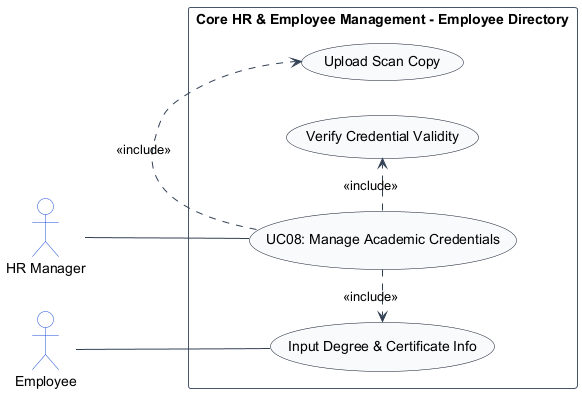
TamBui1706/HRPlatform keeps this PlantUML diagram as usecase_images/UC08.png. Above is the earlier version. The source it was exported from:
```plantuml
@startuml
left to right direction
skinparam shadowing false
skinparam packageStyle rectangle
skinparam actorStyle stickman

skinparam ArrowColor #334155
skinparam ActorBorderColor #1d4ed8
skinparam ActorBackgroundColor #ffffff
skinparam UsecaseBorderColor #0f172a
skinparam UsecaseBackgroundColor #f8fafc
skinparam RectangleBorderColor #475569
skinparam RectangleBackgroundColor #ffffff

actor "HR Manager" as HRManager
actor "Employee" as Employee

rectangle "Core HR & Employee Management - Employee Directory" {
    usecase "UC08: Manage Academic Credentials" as UC_Main
    usecase "Input Degree & Certificate Info" as UC_InputCred
    usecase "Upload Scan Copy" as UC_UploadFile
    usecase "Verify Credential Validity" as UC_VerifyCred

    Employee -- UC_InputCred
    HRManager -- UC_Main
    UC_Main .> UC_InputCred : <<include>>
    UC_Main .> UC_UploadFile : <<include>>
    UC_Main .> UC_VerifyCred : <<include>>
}
@enduml
```
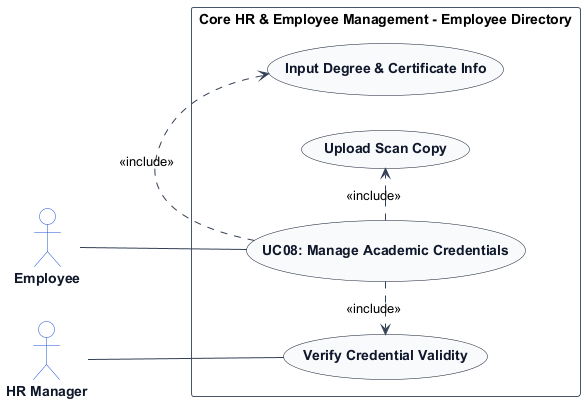
The same file after the commit.

Diff of the diagram source:
```diff
@@ -7,13 +7,19 @@
 skinparam ArrowColor #334155
 skinparam ActorBorderColor #1d4ed8
 skinparam ActorBackgroundColor #ffffff
+skinparam ActorFontColor #0f172a
+skinparam ActorFontStyle bold
+
 skinparam UsecaseBorderColor #0f172a
 skinparam UsecaseBackgroundColor #f8fafc
+skinparam UsecaseFontColor #0f172a
+skinparam UsecaseFontStyle bold
+
 skinparam RectangleBorderColor #475569
 skinparam RectangleBackgroundColor #ffffff
 
+actor "Employee" as Employee
 actor "HR Manager" as HRManager
-actor "Employee" as Employee
 
 rectangle "Core HR & Employee Management - Employee Directory" {
     usecase "UC08: Manage Academic Credentials" as UC_Main
@@ -21,8 +27,8 @@
     usecase "Upload Scan Copy" as UC_UploadFile
     usecase "Verify Credential Validity" as UC_VerifyCred
 
-    Employee -- UC_InputCred
-    HRManager -- UC_Main
+    Employee -- UC_Main
+    HRManager -- UC_VerifyCred
     UC_Main .> UC_InputCred : <<include>>
     UC_Main .> UC_UploadFile : <<include>>
     UC_Main .> UC_VerifyCred : <<include>>
```
